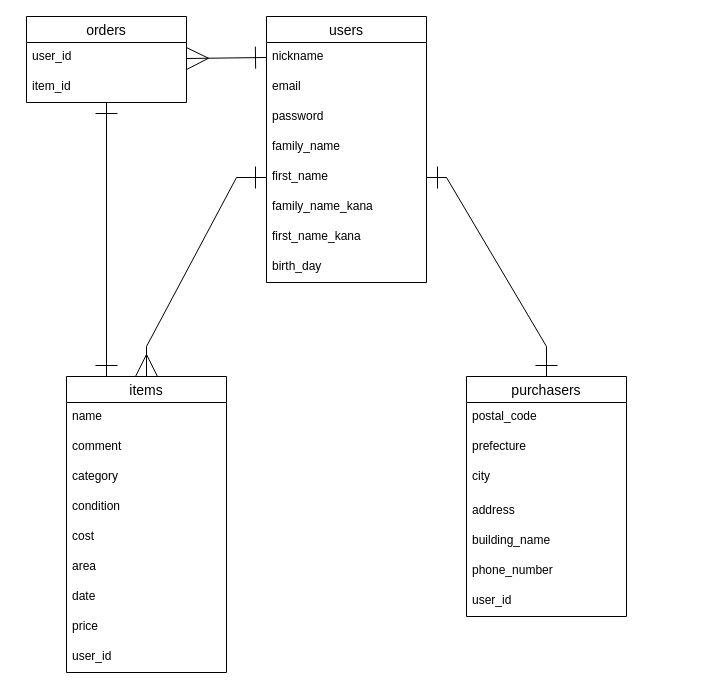
The draw.io diagram furima.dio in dokasu18/furima-37255, before the edit. Source tidied: cells renumbered, new cells numbered last; positions are measured from the earlier drawing's top-left corner, leaving out a move shared by most shapes. Both pictures are drawn from the tidied source at 100%, with x=0, y=0 at pixel (26, 16).
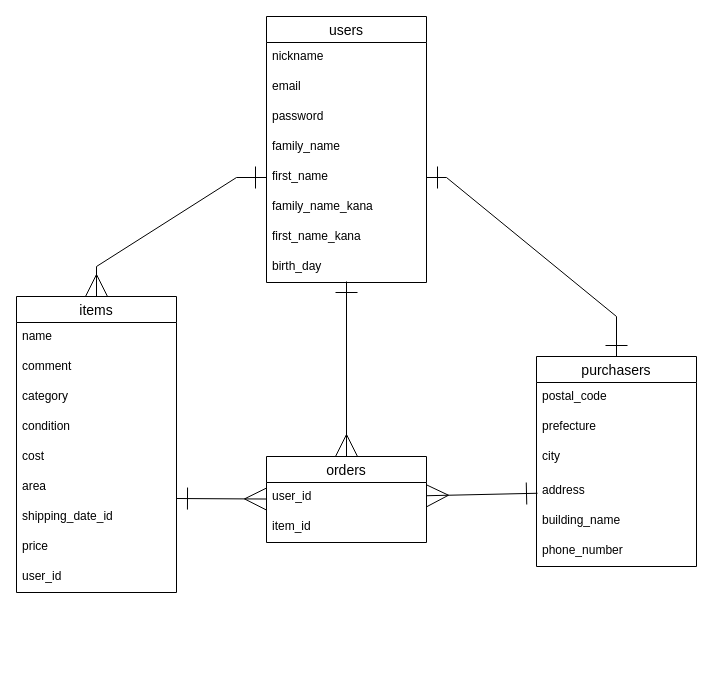
The same diagram, later.

Commit message (it also covers changes not shown here):
データベース設計修正

Unchanged cells that the change refers to:
```xml
<mxCell id="3" value="nickname " style="text;strokeColor=none;fillColor=none;spacingLeft=4;spacingRight=4;overflow=hidden;points=[[0,0.5],[1,0.5]];portConstraint=eastwest;fontSize=12;" parent="2" vertex="1">
  <mxGeometry y="26" width="160" height="30" as="geometry" />
</mxCell>
<mxCell id="7" value="first_name" style="text;strokeColor=none;fillColor=none;spacingLeft=4;spacingRight=4;overflow=hidden;points=[[0,0.5],[1,0.5]];portConstraint=eastwest;fontSize=12;" parent="2" vertex="1">
  <mxGeometry y="146" width="160" height="30" as="geometry" />
</mxCell>
<mxCell id="10" value="birth_day" style="text;strokeColor=none;fillColor=none;spacingLeft=4;spacingRight=4;overflow=hidden;points=[[0,0.5],[1,0.5]];portConstraint=eastwest;fontSize=12;" parent="2" vertex="1">
  <mxGeometry y="236" width="160" height="30" as="geometry" />
</mxCell>
<mxCell id="25" value="address" style="text;strokeColor=none;fillColor=none;spacingLeft=4;spacingRight=4;overflow=hidden;points=[[0,0.5],[1,0.5]];portConstraint=eastwest;fontSize=12;" parent="21" vertex="1">
  <mxGeometry y="120" width="160" height="30" as="geometry" />
</mxCell>
<mxCell id="34" value="user_id" style="text;strokeColor=none;fillColor=none;spacingLeft=4;spacingRight=4;overflow=hidden;points=[[0,0.5],[1,0.5]];portConstraint=eastwest;fontSize=12;" parent="33" vertex="1">
  <mxGeometry y="26" width="160" height="30" as="geometry" />
</mxCell>
```

Diff of the diagram source:
```diff
@@
     <mxCell id="11" value="items" style="swimlane;fontStyle=0;horizontal=1;startSize=26;align=center;fontSize=14;" parent="1" vertex="1">
-      <mxGeometry x="40" y="360" width="160" height="296" as="geometry" />
+      <mxGeometry x="-10" y="280" width="160" height="296" as="geometry" />
     </mxCell>
@@
-    <mxCell id="18" value="date" style="text;strokeColor=none;fillColor=none;spacingLeft=4;spacingRight=4;overflow=hidden;fontSize=12;" parent="11" vertex="1">
+    <mxCell id="18" value="shipping_date_id" style="text;strokeColor=none;fillColor=none;spacingLeft=4;spacingRight=4;overflow=hidden;fontSize=12;" parent="11" vertex="1">
       <mxGeometry y="206" width="160" height="30" as="geometry" />
     </mxCell>
@@
     <mxCell id="21" value="purchasers" style="swimlane;fontStyle=0;horizontal=1;startSize=26;align=center;fontSize=14;" parent="1" vertex="1">
-      <mxGeometry x="440" y="360" width="160" height="240" as="geometry" />
+      <mxGeometry x="510" y="340" width="160" height="210" as="geometry" />
     </mxCell>
@@
-    <mxCell id="28" value="user_id" style="text;strokeColor=none;fillColor=none;spacingLeft=4;spacingRight=4;overflow=hidden;fontSize=12;" parent="21" vertex="1">
-      <mxGeometry y="210" width="160" height="30" as="geometry" />
-    </mxCell>
     <mxCell id="29" style="fontSize=12;html=1;endArrow=ERmany;exitX=0;exitY=0.5;exitDx=0;exitDy=0;entryX=0.5;entryY=0;entryDx=0;entryDy=0;rounded=0;jumpSize=6;endSize=20;endFill=0;startArrow=ERone;startFill=0;startSize=20;" parent="1" edge="1" source="7" target="11">
       <mxGeometry relative="1" as="geometry">
         <Array as="points">
           <mxPoint x="210" y="161" />
-          <mxPoint x="120" y="330" />
+          <mxPoint x="70" y="250" />
         </Array>
       </mxGeometry>
     </mxCell>
     <mxCell id="30" style="fontSize=12;html=1;endArrow=ERone;startArrow=ERone;endSize=20;entryX=0.5;entryY=0;entryDx=0;entryDy=0;rounded=0;startSize=20;endFill=0;startFill=0;targetPerimeterSpacing=-1;" parent="1" edge="1" target="21">
       <mxGeometry relative="1" as="geometry">
         <mxPoint x="400" y="161" as="sourcePoint" />
         <Array as="points">
           <mxPoint x="420" y="161" />
-          <mxPoint x="520" y="330" />
+          <mxPoint x="590" y="300" />
         </Array>
       </mxGeometry>
     </mxCell>
-    <mxCell id="31" style="edgeStyle=none;rounded=0;jumpSize=6;html=1;entryX=0.25;entryY=0;entryDx=0;entryDy=0;startArrow=ERone;startFill=0;endArrow=ERone;endFill=0;startSize=20;endSize=20;targetPerimeterSpacing=-1;" parent="1" edge="1" source="33" target="11">
-      <mxGeometry relative="1" as="geometry" />
+    <mxCell id="31" style="edgeStyle=none;rounded=0;jumpSize=6;html=1;startArrow=ERmany;startFill=0;endArrow=ERone;endFill=0;startSize=20;endSize=20;targetPerimeterSpacing=-1;" parent="1" edge="1" source="33">
+      <mxGeometry relative="1" as="geometry">
+        <mxPoint x="150" y="482" as="targetPoint" />
+      </mxGeometry>
     </mxCell>
-    <mxCell id="32" style="edgeStyle=none;rounded=0;jumpSize=6;html=1;entryX=0;entryY=0.5;entryDx=0;entryDy=0;startArrow=ERmany;startFill=0;endArrow=ERone;endFill=0;startSize=20;endSize=20;targetPerimeterSpacing=-1;" parent="1" edge="1" source="33" target="3">
+    <mxCell id="32" style="edgeStyle=none;rounded=0;jumpSize=6;html=1;startArrow=ERmany;startFill=0;endArrow=ERone;endFill=0;startSize=20;endSize=20;targetPerimeterSpacing=-1;" parent="1" edge="1" source="33" target="10">
       <mxGeometry relative="1" as="geometry" />
     </mxCell>
     <mxCell id="33" value="orders" style="swimlane;fontStyle=0;horizontal=1;startSize=26;align=center;fontSize=14;" parent="1" vertex="1">
-      <mxGeometry width="160" height="86" as="geometry" />
+      <mxGeometry x="240" y="440" width="160" height="86" as="geometry" />
     </mxCell>
@@
+    <mxCell id="36" style="edgeStyle=none;rounded=0;jumpSize=6;html=1;startArrow=ERmany;startFill=0;endArrow=ERone;endFill=0;startSize=20;endSize=20;targetPerimeterSpacing=-1;" parent="1" edge="1" source="34" target="25">
+      <mxGeometry relative="1" as="geometry" />
+    </mxCell>
```
